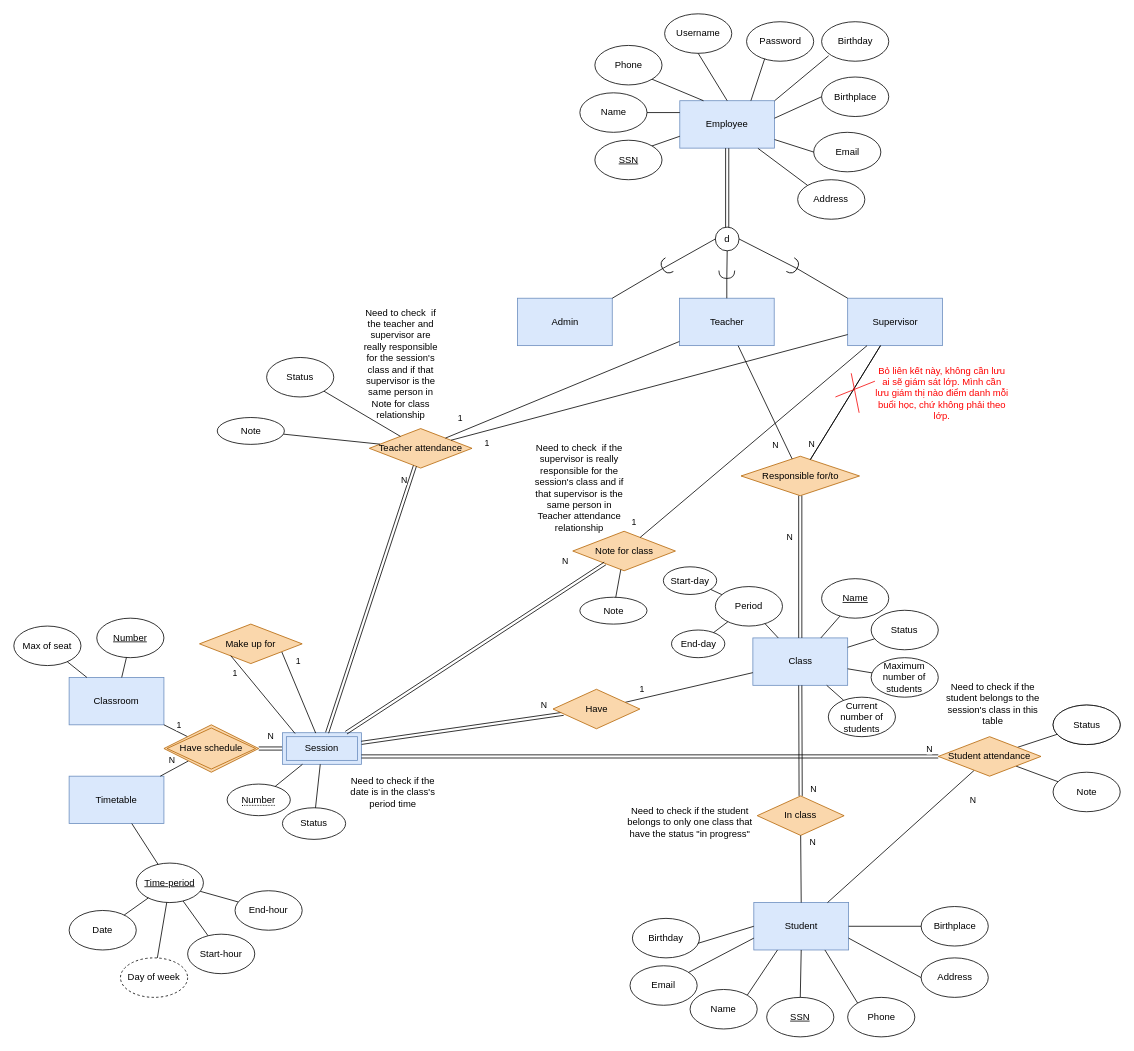
Before: page "Main" (1 of 2) of Week 3/ERD.drawio in astr0tas/English-Center-Attendance-Check, a draw.io diagram. Source tidied: cells renumbered, new cells numbered last; positions are measured from the earlier drawing's top-left corner, leaving out a move shared by most shapes. Both pictures are drawn from the tidied source at 79%, with x=0, y=0 at pixel (13, 13).
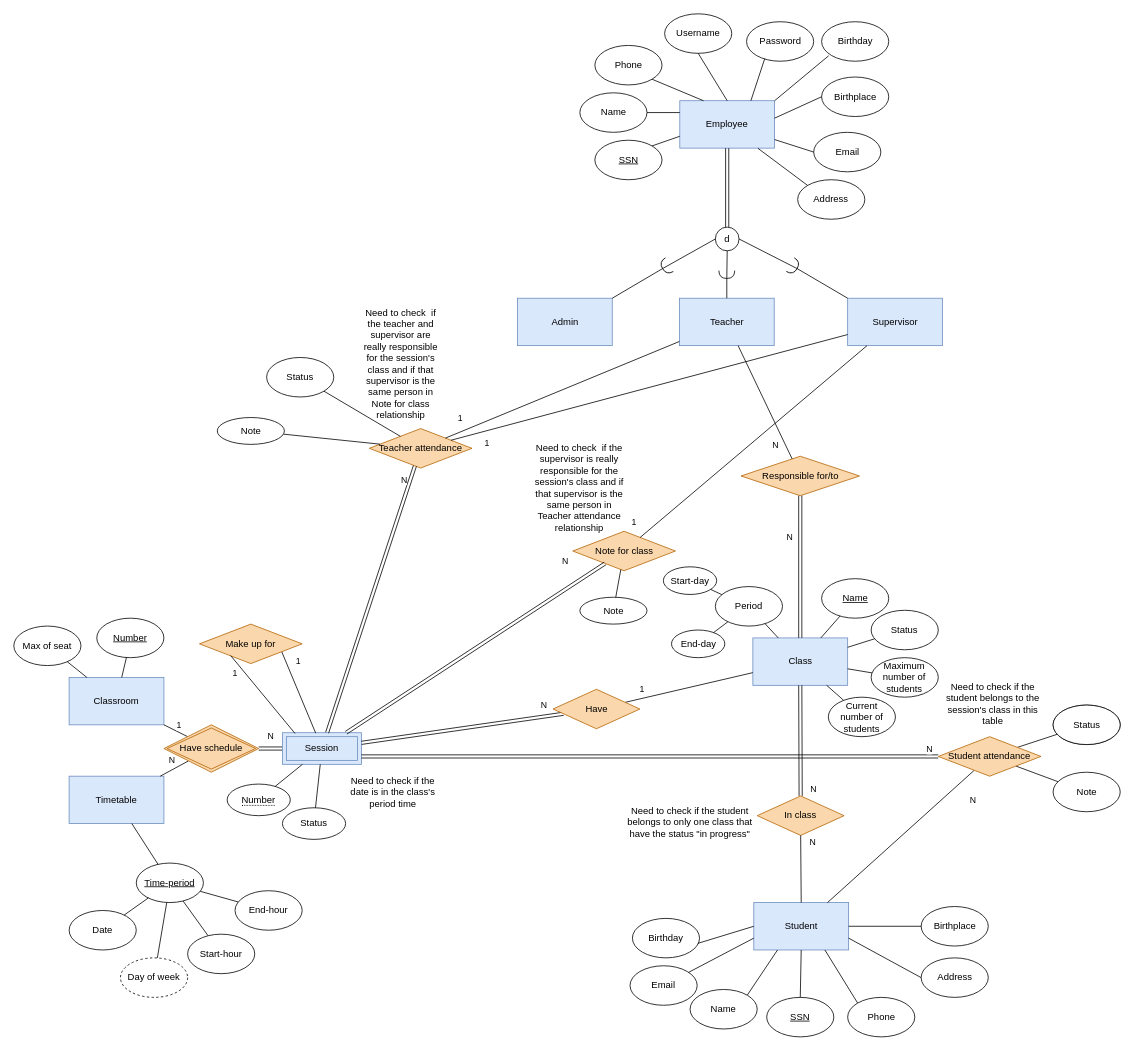
The same page after the edit.

Unchanged cells that the change refers to:
```xml
<mxCell id="6" value="Supervisor" style="rounded=0;whiteSpace=wrap;html=1;fillColor=#dae8fc;strokeColor=#6c8ebf;" parent="1" vertex="1">
  <mxGeometry x="1055.5" y="360" width="120" height="60" as="geometry" />
</mxCell>
<mxCell id="31" value="Responsible for/to" style="rhombus;whiteSpace=wrap;html=1;fillColor=#fad7ac;strokeColor=#b46504;" parent="1" vertex="1">
  <mxGeometry x="920.5" y="560" width="150" height="50" as="geometry" />
</mxCell>
```

Change to the diagram source:
```diff
@@
-    <mxCell id="80" value="N" style="endArrow=none;html=1;rounded=0;" parent="1" edge="1" source="31" target="6">
-      <mxGeometry x="-0.8" y="9" relative="1" as="geometry" />
-    </mxCell>
@@
-    <mxCell id="140" style="endArrow=none;html=1;rounded=0;" parent="1" edge="1" source="31" target="6">
-      <mxGeometry relative="1" as="geometry" />
-    </mxCell>
@@
-    <mxCell id="143" style="endArrow=none;html=1;rounded=0;strokeColor=#f50505;" parent="1" edge="1">
-      <mxGeometry relative="1" as="geometry">
-        <mxPoint x="1040" y="485" as="sourcePoint" />
-        <mxPoint x="1090" y="465" as="targetPoint" />
-      </mxGeometry>
-    </mxCell>
-    <mxCell id="144" style="endArrow=none;html=1;rounded=0;strokeColor=#f50505;" parent="1" edge="1">
-      <mxGeometry relative="1" as="geometry">
-        <mxPoint x="1070" y="505" as="sourcePoint" />
-        <mxPoint x="1060" y="455" as="targetPoint" />
-      </mxGeometry>
-    </mxCell>
-    <mxCell id="145" value="&lt;font color=&quot;#ff0000&quot;&gt;Bỏ liên kết này, không cần lưu ai sẽ giám sát lớp. Mình cần lưu giám thị nào điểm danh mỗi buổi học, chứ không phải theo lớp.&lt;/font&gt;" style="text;html=1;strokeColor=none;fillColor=none;align=center;verticalAlign=middle;whiteSpace=wrap;rounded=0;" parent="1" vertex="1">
-      <mxGeometry x="1088.5" y="465" width="171.5" height="30" as="geometry" />
-    </mxCell>
```
